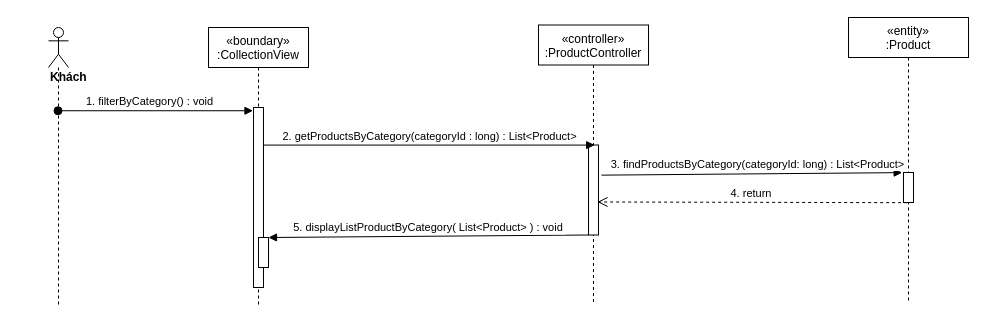
Earlier version of the draw.io diagram sequence diagram/getProductByCategory-seqence.drawio (nguyenphamvan/datn_20202). Source tidied: cells renumbered, new cells numbered last; positions are measured from the earlier drawing's top-left corner, leaving out a move shared by most shapes. Both pictures are drawn from the tidied source at 100%, with x=0, y=0 at pixel (48, 17).
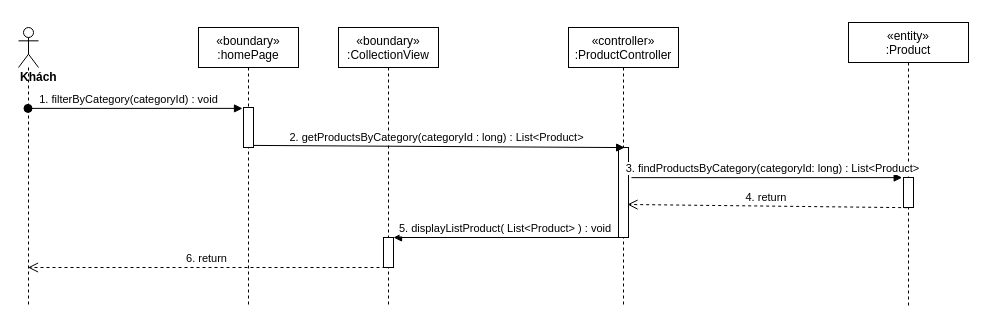
After the change.

Diff of the diagram source:
```diff
@@
 <mxGraphModel>
   <root>
     <mxCell id="0" />
     <mxCell id="1" parent="0" />
     <mxCell id="2" value="«boundary»&#10;:CollectionView" style="shape=umlLifeline;perimeter=lifelinePerimeter;rounded=0;shadow=0;strokeWidth=1;" parent="1" vertex="1">
-      <mxGeometry x="160" y="10" width="100" height="280" as="geometry" />
+      <mxGeometry x="290" y="10" width="100" height="280" as="geometry" />
     </mxCell>
-    <mxCell id="3" style="points=[];perimeter=orthogonalPerimeter;rounded=0;shadow=0;strokeWidth=1;" parent="2" vertex="1">
-      <mxGeometry x="45" y="80" width="10" height="180" as="geometry" />
-    </mxCell>
     <mxCell id="4" style="html=1;points=[];perimeter=orthogonalPerimeter;" parent="2" vertex="1">
-      <mxGeometry x="50" y="210" width="10" height="30" as="geometry" />
+      <mxGeometry x="45" y="210" width="10" height="30" as="geometry" />
     </mxCell>
     <mxCell id="5" value="«controller»&#10;:ProductController" style="shape=umlLifeline;perimeter=lifelinePerimeter;rounded=0;shadow=0;strokeWidth=1;" parent="1" vertex="1">
-      <mxGeometry x="490" y="7.5" width="110" height="280" as="geometry" />
+      <mxGeometry x="520" y="10" width="110" height="280" as="geometry" />
     </mxCell>
     <mxCell id="6" style="points=[];perimeter=orthogonalPerimeter;rounded=0;shadow=0;strokeWidth=1;" parent="5" vertex="1">
       <mxGeometry x="50" y="120" width="10" height="90" as="geometry" />
     </mxCell>
     <mxCell id="7" value="&lt;div&gt;&lt;b&gt;Khách&lt;/b&gt;&lt;/div&gt;" style="shape=umlLifeline;participant=umlActor;perimeter=lifelinePerimeter;whiteSpace=wrap;html=1;verticalAlign=top;spacingTop=36;outlineConnect=0;align=left;" parent="1" vertex="1">
-      <mxGeometry y="10" width="20" height="280" as="geometry" />
+      <mxGeometry x="-30" y="10" width="20" height="280" as="geometry" />
     </mxCell>
-    <mxCell id="8" value="1. filterByCategory() : void" style="verticalAlign=bottom;startArrow=oval;endArrow=block;startSize=8;shadow=0;strokeWidth=1;entryX=-0.05;entryY=0.018;entryDx=0;entryDy=0;entryPerimeter=0;" parent="1" edge="1" source="7" target="3">
+    <mxCell id="8" value="1. filterByCategory(categoryId) : void" style="verticalAlign=bottom;startArrow=oval;endArrow=block;startSize=8;shadow=0;strokeWidth=1;entryX=-0.1;entryY=0.022;entryDx=0;entryDy=0;entryPerimeter=0;" parent="1" edge="1" source="7" target="16">
       <mxGeometry x="-0.06" relative="1" as="geometry" />
     </mxCell>
-    <mxCell id="9" value="2. getProductsByCategory(categoryId : long) : List&amp;lt;Product&amp;gt;" style="html=1;verticalAlign=bottom;endArrow=block;entryX=0.617;entryY=0.001;entryDx=0;entryDy=0;entryPerimeter=0;" parent="1" edge="1" source="3" target="6">
+    <mxCell id="9" value="2. getProductsByCategory(categoryId : long) : List&amp;lt;Product&amp;gt;" style="html=1;verticalAlign=bottom;endArrow=block;entryX=0.617;entryY=0.001;entryDx=0;entryDy=0;entryPerimeter=0;exitX=0.49;exitY=0.421;exitDx=0;exitDy=0;exitPerimeter=0;" parent="1" edge="1" source="15" target="6">
       <mxGeometry relative="1" as="geometry" />
     </mxCell>
     <mxCell id="10" value="«entity»&#10;:Product" style="shape=umlLifeline;perimeter=lifelinePerimeter;rounded=0;shadow=0;strokeWidth=1;" parent="1" vertex="1">
-      <mxGeometry x="800" width="120" height="285" as="geometry" />
+      <mxGeometry x="800" y="5" width="120" height="285" as="geometry" />
     </mxCell>
     <mxCell id="11" style="points=[];perimeter=orthogonalPerimeter;rounded=0;shadow=0;strokeWidth=1;" parent="10" vertex="1">
       <mxGeometry x="55" y="155" width="10" height="30" as="geometry" />
     </mxCell>
     <mxCell id="12" value="3. findProductsByCategory(categoryId: long) : List&amp;lt;Product&amp;gt;" style="html=1;verticalAlign=bottom;endArrow=block;entryX=-0.133;entryY=0.004;entryDx=0;entryDy=0;entryPerimeter=0;exitX=1.3;exitY=0.335;exitDx=0;exitDy=0;exitPerimeter=0;" parent="1" edge="1" source="6" target="11">
       <mxGeometry x="0.04" relative="1" as="geometry" />
     </mxCell>
     <mxCell id="13" value="4. return&amp;nbsp;" style="html=1;verticalAlign=bottom;endArrow=open;dashed=1;endSize=8;exitX=0.367;exitY=1.006;exitDx=0;exitDy=0;exitPerimeter=0;entryX=0.9;entryY=0.633;entryDx=0;entryDy=0;entryPerimeter=0;" parent="1" edge="1" source="11" target="6">
       <mxGeometry relative="1" as="geometry" />
     </mxCell>
-    <mxCell id="14" value="5. displayListProductByCategory( List&lt;Product&gt; ) : void" style="verticalAlign=bottom;endArrow=block;shadow=0;strokeWidth=1;" parent="1" edge="1" source="6" target="4">
+    <mxCell id="14" value="5. displayListProduct( List&lt;Product&gt; ) : void" style="verticalAlign=bottom;endArrow=block;shadow=0;strokeWidth=1;" parent="1" edge="1" source="6" target="4">
       <mxGeometry relative="1" as="geometry" />
     </mxCell>
+    <mxCell id="15" value="«boundary»&#10;:homePage" style="shape=umlLifeline;perimeter=lifelinePerimeter;rounded=0;shadow=0;strokeWidth=1;" parent="1" vertex="1">
+      <mxGeometry x="150" y="10" width="100" height="280" as="geometry" />
+    </mxCell>
+    <mxCell id="16" style="points=[];perimeter=orthogonalPerimeter;rounded=0;shadow=0;strokeWidth=1;" parent="15" vertex="1">
+      <mxGeometry x="45" y="80" width="10" height="40" as="geometry" />
+    </mxCell>
+    <mxCell id="17" value="6. return" style="html=1;verticalAlign=bottom;endArrow=open;dashed=1;endSize=8;exitX=0.2;exitY=1;exitDx=0;exitDy=0;exitPerimeter=0;" parent="1" edge="1" source="4" target="7">
+      <mxGeometry relative="1" as="geometry" />
+    </mxCell>
   </root>
 </mxGraphModel>
```
